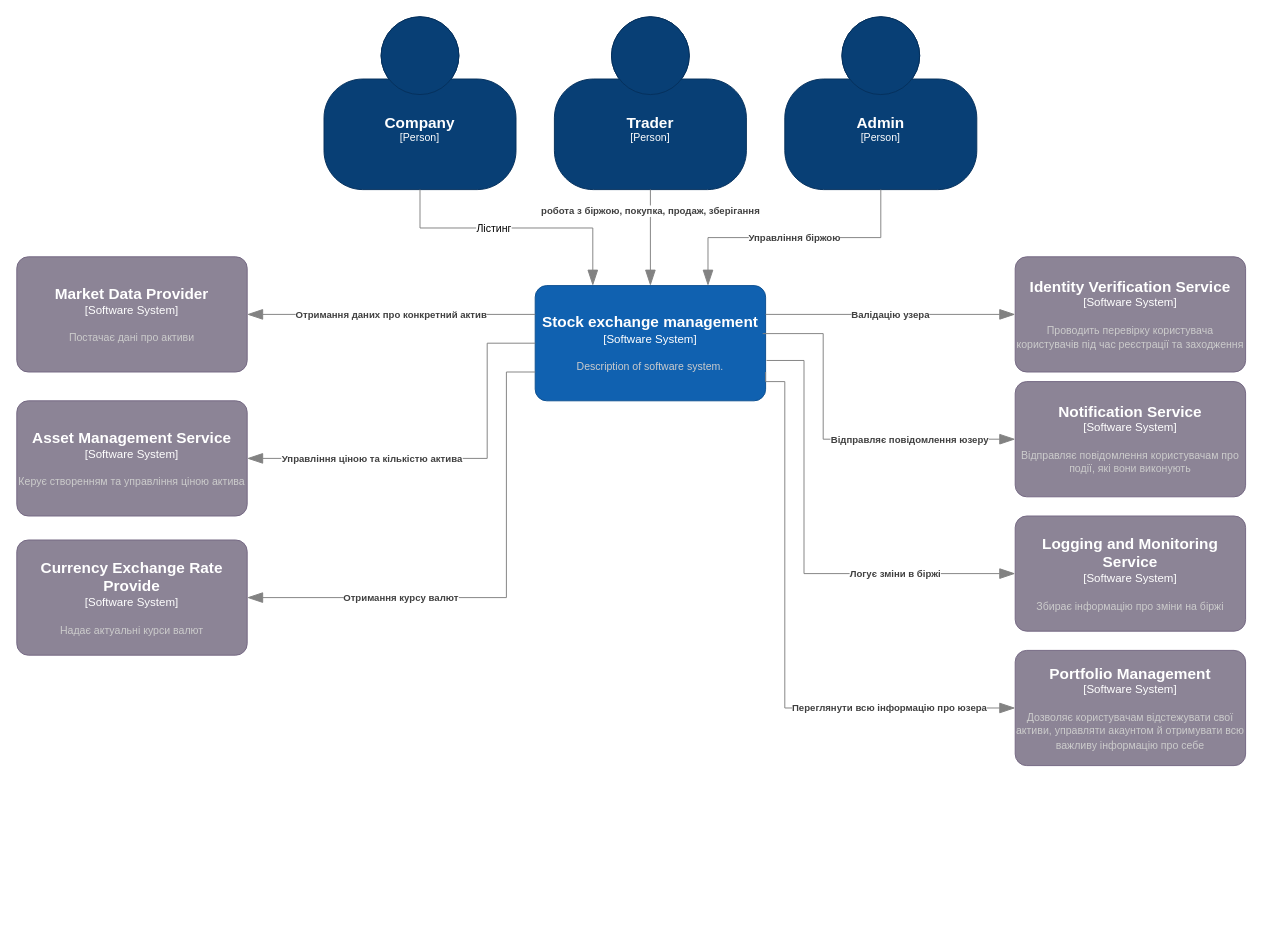
Above: context_stock_chart.drawio in GitHub-Cloud-PleskachSasha/auth-service (draw.io), before the change. Source tidied: cells renumbered, new cells numbered last; positions are measured from the earlier drawing's top-left corner, leaving out a move shared by most shapes. Both pictures are drawn from the tidied source at 96%, with x=0, y=0 at pixel (16, 16).
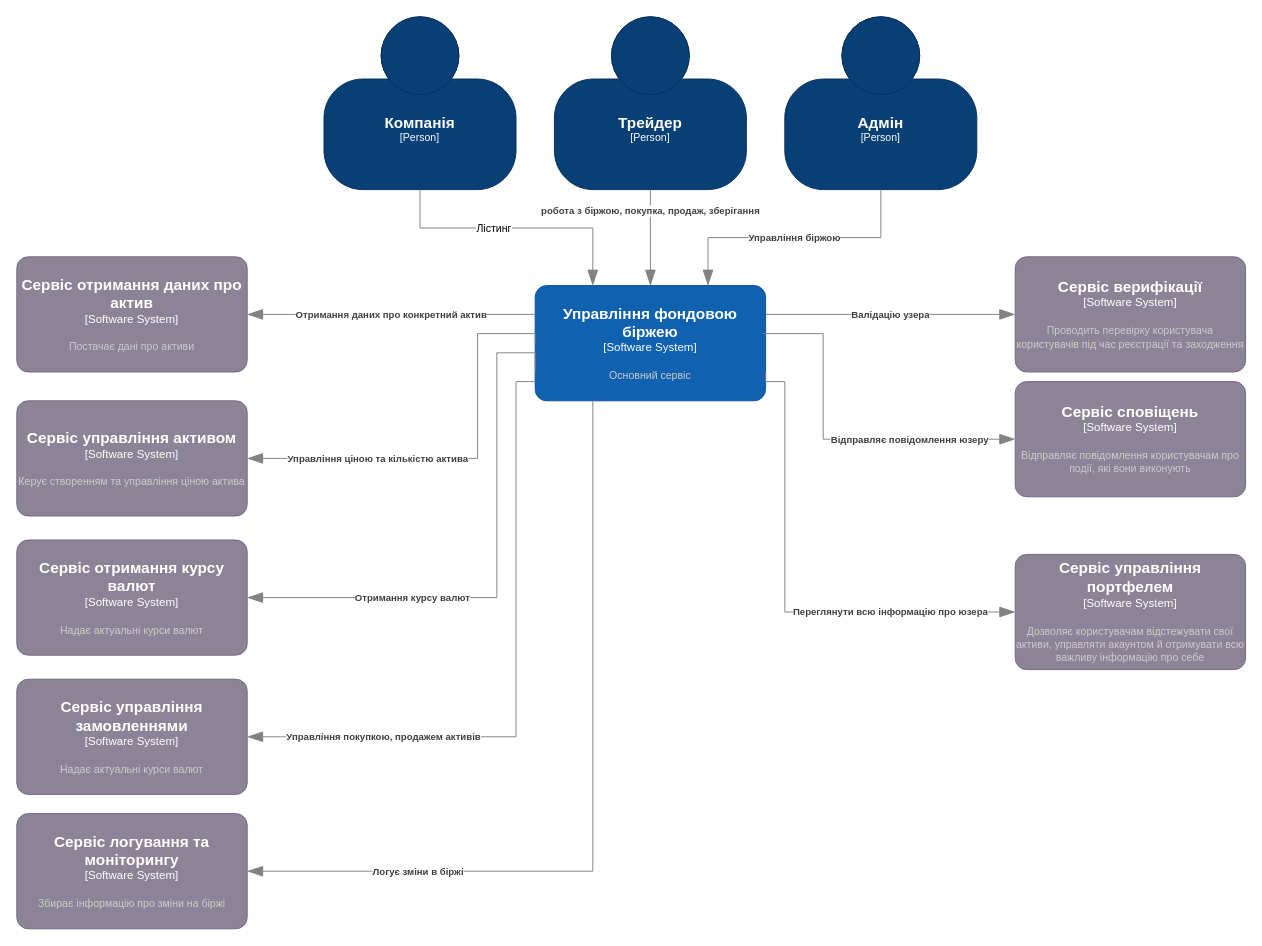
The same page after the edit.

Diff of the diagram source:
```diff
@@
-    <object id="2" label="&lt;font style=&quot;font-size: 16px&quot;&gt;&lt;b&gt;%c4Name%&lt;/b&gt;&lt;/font&gt;&lt;div&gt;[%c4Type%]&lt;/div&gt;&lt;br&gt;&lt;div&gt;&lt;font style=&quot;font-size: 11px&quot;&gt;&lt;font color=&quot;#cccccc&quot;&gt;%c4Description%&lt;/font&gt;&lt;/div&gt;" c4Description="" c4Name="Company " c4Type="Person" placeholders="1">
+    <object id="2" label="&lt;font style=&quot;font-size: 16px&quot;&gt;&lt;b&gt;%c4Name%&lt;/b&gt;&lt;/font&gt;&lt;div&gt;[%c4Type%]&lt;/div&gt;&lt;br&gt;&lt;div&gt;&lt;font style=&quot;font-size: 11px&quot;&gt;&lt;font color=&quot;#cccccc&quot;&gt;%c4Description%&lt;/font&gt;&lt;/div&gt;" c4Description="" c4Name="Компанія" c4Type="Person" placeholders="1">
       <mxCell style="html=1;fontSize=11;dashed=0;whiteSpace=wrap;fillColor=#083F75;strokeColor=#06315C;fontColor=#ffffff;shape=mxgraph.c4.person2;align=center;" parent="1" vertex="1">
         <mxGeometry x="320" width="200" height="180" as="geometry" />
       </mxCell>
     </object>
-    <object id="3" label="&lt;font style=&quot;font-size: 16px&quot;&gt;&lt;b&gt;%c4Name%&lt;/b&gt;&lt;/font&gt;&lt;div&gt;[%c4Type%]&lt;/div&gt;&lt;br&gt;&lt;div&gt;&lt;font style=&quot;font-size: 11px&quot;&gt;&lt;font color=&quot;#cccccc&quot;&gt;%c4Description%&lt;/font&gt;&lt;/div&gt;" c4Description="" c4Name="Trader" c4Type="Person" placeholders="1">
+    <object id="3" label="&lt;font style=&quot;font-size: 16px&quot;&gt;&lt;b&gt;%c4Name%&lt;/b&gt;&lt;/font&gt;&lt;div&gt;[%c4Type%]&lt;/div&gt;&lt;br&gt;&lt;div&gt;&lt;font style=&quot;font-size: 11px&quot;&gt;&lt;font color=&quot;#cccccc&quot;&gt;%c4Description%&lt;/font&gt;&lt;/div&gt;" c4Description="" c4Name="Трейдер" c4Type="Person" placeholders="1">
       <mxCell style="html=1;fontSize=11;dashed=0;whiteSpace=wrap;fillColor=#083F75;strokeColor=#06315C;fontColor=#ffffff;shape=mxgraph.c4.person2;align=center;points=[[0.5,0,0],[1,0.5,0],[1,0.75,0],[0.75,1,0],[0.5,1,0],[0.25,1,0],[0,0.75,0],[0,0.5,0]];" parent="1" vertex="1">
         <mxGeometry x="560" width="200" height="180" as="geometry" />
       </mxCell>
     </object>
-    <object id="4" label="&lt;font style=&quot;font-size: 16px&quot;&gt;&lt;b&gt;%c4Name%&lt;/b&gt;&lt;/font&gt;&lt;div&gt;[%c4Type%]&lt;/div&gt;&lt;br&gt;&lt;div&gt;&lt;font style=&quot;font-size: 11px&quot;&gt;&lt;font color=&quot;#cccccc&quot;&gt;%c4Description%&lt;/font&gt;&lt;/div&gt;" c4Description="" c4Name="Admin" c4Type="Person" placeholders="1">
+    <object id="4" label="&lt;font style=&quot;font-size: 16px&quot;&gt;&lt;b&gt;%c4Name%&lt;/b&gt;&lt;/font&gt;&lt;div&gt;[%c4Type%]&lt;/div&gt;&lt;br&gt;&lt;div&gt;&lt;font style=&quot;font-size: 11px&quot;&gt;&lt;font color=&quot;#cccccc&quot;&gt;%c4Description%&lt;/font&gt;&lt;/div&gt;" c4Description="" c4Name="Адмін" c4Type="Person" placeholders="1">
       <mxCell style="html=1;fontSize=11;dashed=0;whiteSpace=wrap;fillColor=#083F75;strokeColor=#06315C;fontColor=#ffffff;shape=mxgraph.c4.person2;align=center;points=[[0.5,0,0],[1,0.5,0],[1,0.75,0],[0.75,1,0],[0.5,1,0],[0.25,1,0],[0,0.75,0],[0,0.5,0]];" parent="1" vertex="1">
         <mxGeometry x="800" width="200" height="180" as="geometry" />
       </mxCell>
     </object>
-    <object id="5" label="&lt;font style=&quot;font-size: 16px&quot;&gt;&lt;b&gt;%c4Name%&lt;/b&gt;&lt;/font&gt;&lt;div&gt;[%c4Type%]&lt;/div&gt;&lt;br&gt;&lt;div&gt;&lt;font style=&quot;font-size: 11px&quot;&gt;&lt;font color=&quot;#cccccc&quot;&gt;%c4Description%&lt;/font&gt;&lt;/div&gt;" c4Description="Description of software system." c4Name="Stock exchange management" c4Type="Software System" placeholders="1">
+    <object id="5" label="&lt;font style=&quot;font-size: 16px&quot;&gt;&lt;b&gt;%c4Name%&lt;/b&gt;&lt;/font&gt;&lt;div&gt;[%c4Type%]&lt;/div&gt;&lt;br&gt;&lt;div&gt;&lt;font style=&quot;font-size: 11px&quot;&gt;&lt;font color=&quot;#cccccc&quot;&gt;%c4Description%&lt;/font&gt;&lt;/div&gt;" c4Description="Основний сервіс" c4Name="Управління фондовою біржею" c4Type="Software System" placeholders="1">
       <mxCell style="rounded=1;whiteSpace=wrap;html=1;labelBackgroundColor=none;fillColor=#1061B0;fontColor=#ffffff;align=center;arcSize=10;strokeColor=#0D5091;points=[[0.25,0,0],[0.5,0,0],[0.75,0,0],[1,0.25,0],[1,0.5,0],[1,0.75,0],[0.75,1,0],[0.5,1,0],[0.25,1,0],[0,0.75,0],[0,0.5,0],[0,0.25,0]];" parent="1" vertex="1">
         <mxGeometry x="540" y="280" width="240" height="120" as="geometry" />
       </mxCell>
     </object>
@@
-    <object id="10" label="&lt;font style=&quot;font-size: 16px&quot;&gt;&lt;b&gt;%c4Name%&lt;/b&gt;&lt;/font&gt;&lt;div&gt;[%c4Type%]&lt;/div&gt;&lt;br&gt;&lt;div&gt;&lt;font style=&quot;font-size: 11px&quot;&gt;&lt;font color=&quot;#cccccc&quot;&gt;%c4Description%&lt;/font&gt;&lt;/div&gt;" c4Description="Постачає дані про активи" c4Name="Market Data Provider" c4Type="Software System" placeholders="1">
+    <object id="10" label="&lt;font style=&quot;font-size: 16px&quot;&gt;&lt;b&gt;%c4Name%&lt;/b&gt;&lt;/font&gt;&lt;div&gt;[%c4Type%]&lt;/div&gt;&lt;br&gt;&lt;div&gt;&lt;font style=&quot;font-size: 11px&quot;&gt;&lt;font color=&quot;#cccccc&quot;&gt;%c4Description%&lt;/font&gt;&lt;/div&gt;" c4Description="Постачає дані про активи" c4Name="Сервіс отримання даних про актив" c4Type="Software System" placeholders="1">
       <mxCell style="rounded=1;whiteSpace=wrap;html=1;labelBackgroundColor=none;fillColor=#8C8496;fontColor=#ffffff;align=center;arcSize=10;strokeColor=#736782;points=[[0.25,0,0],[0.5,0,0],[0.75,0,0],[1,0.25,0],[1,0.5,0],[1,0.75,0],[0.75,1,0],[0.5,1,0],[0.25,1,0],[0,0.75,0],[0,0.5,0],[0,0.25,0]];" parent="1" vertex="1">
         <mxGeometry y="250" width="240" height="120" as="geometry" />
       </mxCell>
     </object>
-    <object id="11" label="&lt;font style=&quot;font-size: 16px&quot;&gt;&lt;b&gt;%c4Name%&lt;/b&gt;&lt;/font&gt;&lt;div&gt;[%c4Type%]&lt;/div&gt;&lt;br&gt;&lt;div&gt;&lt;font style=&quot;font-size: 11px&quot;&gt;&lt;font color=&quot;#cccccc&quot;&gt;%c4Description%&lt;/font&gt;&lt;/div&gt;" c4Description="Проводить перевірку користувача користувачів під час реєстрації та заходження " c4Name="Identity Verification Service" c4Type="Software System" placeholders="1">
+    <object id="11" label="&lt;font style=&quot;font-size: 16px&quot;&gt;&lt;b&gt;%c4Name%&lt;/b&gt;&lt;/font&gt;&lt;div&gt;[%c4Type%]&lt;/div&gt;&lt;br&gt;&lt;div&gt;&lt;font style=&quot;font-size: 11px&quot;&gt;&lt;font color=&quot;#cccccc&quot;&gt;%c4Description%&lt;/font&gt;&lt;/div&gt;" c4Description="Проводить перевірку користувача користувачів під час реєстрації та заходження " c4Name="Сервіс верифікації" c4Type="Software System" placeholders="1">
       <mxCell style="rounded=1;whiteSpace=wrap;html=1;labelBackgroundColor=none;fillColor=#8C8496;fontColor=#ffffff;align=center;arcSize=10;strokeColor=#736782;points=[[0.25,0,0],[0.5,0,0],[0.75,0,0],[1,0.25,0],[1,0.5,0],[1,0.75,0],[0.75,1,0],[0.5,1,0],[0.25,1,0],[0,0.75,0],[0,0.5,0],[0,0.25,0]];" parent="1" vertex="1">
         <mxGeometry x="1040" y="250" width="240" height="120" as="geometry" />
       </mxCell>
     </object>
-    <object id="12" label="&lt;font style=&quot;font-size: 16px&quot;&gt;&lt;b&gt;%c4Name%&lt;/b&gt;&lt;/font&gt;&lt;div&gt;[%c4Type%]&lt;/div&gt;&lt;br&gt;&lt;div&gt;&lt;font style=&quot;font-size: 11px&quot;&gt;&lt;font color=&quot;#cccccc&quot;&gt;%c4Description%&lt;/font&gt;&lt;/div&gt;" c4Description="Збирає інформацію про зміни на біржі&#10; " c4Name="Logging and Monitoring Service" c4Type="Software System" placeholders="1">
+    <object id="12" label="&lt;font style=&quot;font-size: 16px&quot;&gt;&lt;b&gt;%c4Name%&lt;/b&gt;&lt;/font&gt;&lt;div&gt;[%c4Type%]&lt;/div&gt;&lt;br&gt;&lt;div&gt;&lt;font style=&quot;font-size: 11px&quot;&gt;&lt;font color=&quot;#cccccc&quot;&gt;%c4Description%&lt;/font&gt;&lt;/div&gt;" c4Description="Збирає інформацію про зміни на біржі&#10; " c4Name="Сервіс логування та моніторингу" c4Type="Software System" placeholders="1">
       <mxCell style="rounded=1;whiteSpace=wrap;html=1;labelBackgroundColor=none;fillColor=#8C8496;fontColor=#ffffff;align=center;arcSize=10;strokeColor=#736782;points=[[0.25,0,0],[0.5,0,0],[0.75,0,0],[1,0.25,0],[1,0.5,0],[1,0.75,0],[0.75,1,0],[0.5,1,0],[0.25,1,0],[0,0.75,0],[0,0.5,0],[0,0.25,0]];" parent="1" vertex="1">
-        <mxGeometry x="1040" y="520" width="240" height="120" as="geometry" />
+        <mxGeometry y="830" width="240" height="120" as="geometry" />
       </mxCell>
     </object>
-    <object id="13" label="&lt;font style=&quot;font-size: 16px&quot;&gt;&lt;b&gt;%c4Name%&lt;/b&gt;&lt;/font&gt;&lt;div&gt;[%c4Type%]&lt;/div&gt;&lt;br&gt;&lt;div&gt;&lt;font style=&quot;font-size: 11px&quot;&gt;&lt;font color=&quot;#cccccc&quot;&gt;%c4Description%&lt;/font&gt;&lt;/div&gt;" c4Description="Надає актуальні курси валют" c4Name="Currency Exchange Rate Provide" c4Type="Software System" placeholders="1">
+    <object id="13" label="&lt;font style=&quot;font-size: 16px&quot;&gt;&lt;b&gt;%c4Name%&lt;/b&gt;&lt;/font&gt;&lt;div&gt;[%c4Type%]&lt;/div&gt;&lt;br&gt;&lt;div&gt;&lt;font style=&quot;font-size: 11px&quot;&gt;&lt;font color=&quot;#cccccc&quot;&gt;%c4Description%&lt;/font&gt;&lt;/div&gt;" c4Description="Надає актуальні курси валют" c4Name="Сервіс отримання курсу валют" c4Type="Software System" placeholders="1">
       <mxCell style="rounded=1;whiteSpace=wrap;html=1;labelBackgroundColor=none;fillColor=#8C8496;fontColor=#ffffff;align=center;arcSize=10;strokeColor=#736782;points=[[0.25,0,0],[0.5,0,0],[0.75,0,0],[1,0.25,0],[1,0.5,0],[1,0.75,0],[0.75,1,0],[0.5,1,0],[0.25,1,0],[0,0.75,0],[0,0.5,0],[0,0.25,0]];" parent="1" vertex="1">
         <mxGeometry y="545" width="240" height="120" as="geometry" />
       </mxCell>
     </object>
-    <object id="14" label="&lt;font style=&quot;font-size: 16px&quot;&gt;&lt;b&gt;%c4Name%&lt;/b&gt;&lt;/font&gt;&lt;div&gt;[%c4Type%]&lt;/div&gt;&lt;br&gt;&lt;div&gt;&lt;font style=&quot;font-size: 11px&quot;&gt;&lt;font color=&quot;#cccccc&quot;&gt;%c4Description%&lt;/font&gt;&lt;/div&gt;" c4Description="Керує створенням та управління ціною актива" c4Name="Asset Management Service" c4Type="Software System" placeholders="1">
+    <object id="14" label="&lt;font style=&quot;font-size: 16px&quot;&gt;&lt;b&gt;%c4Name%&lt;/b&gt;&lt;/font&gt;&lt;div&gt;[%c4Type%]&lt;/div&gt;&lt;br&gt;&lt;div&gt;&lt;font style=&quot;font-size: 11px&quot;&gt;&lt;font color=&quot;#cccccc&quot;&gt;%c4Description%&lt;/font&gt;&lt;/div&gt;" c4Description="Керує створенням та управління ціною актива" c4Name="Сервіс управління активом" c4Type="Software System" placeholders="1">
       <mxCell style="rounded=1;whiteSpace=wrap;html=1;labelBackgroundColor=none;fillColor=#8C8496;fontColor=#ffffff;align=center;arcSize=10;strokeColor=#736782;points=[[0.25,0,0],[0.5,0,0],[0.75,0,0],[1,0.25,0],[1,0.5,0],[1,0.75,0],[0.75,1,0],[0.5,1,0],[0.25,1,0],[0,0.75,0],[0,0.5,0],[0,0.25,0]];" parent="1" vertex="1">
         <mxGeometry y="400" width="240" height="120" as="geometry" />
       </mxCell>
     </object>
-    <object id="15" label="&lt;font style=&quot;font-size: 16px&quot;&gt;&lt;b&gt;%c4Name%&lt;/b&gt;&lt;/font&gt;&lt;div&gt;[%c4Type%]&lt;/div&gt;&lt;br&gt;&lt;div&gt;&lt;font style=&quot;font-size: 11px&quot;&gt;&lt;font color=&quot;#cccccc&quot;&gt;%c4Description%&lt;/font&gt;&lt;/div&gt;" c4Description=" Дозволяє користувачам відстежувати свої активи, управляти акаунтом й отримувати всю важливу інформацію про себе" c4Name="Portfolio Management " c4Type="Software System" placeholders="1">
+    <object id="15" label="&lt;font style=&quot;font-size: 16px&quot;&gt;&lt;b&gt;%c4Name%&lt;/b&gt;&lt;/font&gt;&lt;div&gt;[%c4Type%]&lt;/div&gt;&lt;br&gt;&lt;div&gt;&lt;font style=&quot;font-size: 11px&quot;&gt;&lt;font color=&quot;#cccccc&quot;&gt;%c4Description%&lt;/font&gt;&lt;/div&gt;" c4Description=" Дозволяє користувачам відстежувати свої активи, управляти акаунтом й отримувати всю важливу інформацію про себе" c4Name="Сервіс управління портфелем" c4Type="Software System" placeholders="1">
       <mxCell style="rounded=1;whiteSpace=wrap;html=1;labelBackgroundColor=none;fillColor=#8C8496;fontColor=#ffffff;align=center;arcSize=10;strokeColor=#736782;points=[[0.25,0,0],[0.5,0,0],[0.75,0,0],[1,0.25,0],[1,0.5,0],[1,0.75,0],[0.75,1,0],[0.5,1,0],[0.25,1,0],[0,0.75,0],[0,0.5,0],[0,0.25,0]];" parent="1" vertex="1">
-        <mxGeometry x="1040" y="660" width="240" height="120" as="geometry" />
+        <mxGeometry x="1040" y="560" width="240" height="120" as="geometry" />
       </mxCell>
     </object>
@@
     <object id="17" label="&lt;div style=&quot;text-align: left&quot;&gt;&lt;div style=&quot;text-align: center&quot;&gt;&lt;b&gt;%c4Description%&lt;/b&gt;&lt;/div&gt;" c4Description="Отримання курсу валют" placeholders="1">
       <mxCell style="endArrow=blockThin;html=1;fontSize=10;fontColor=#404040;strokeWidth=1;endFill=1;strokeColor=#828282;elbow=vertical;endSize=14;startSize=14;jumpStyle=arc;jumpSize=16;rounded=0;edgeStyle=orthogonalEdgeStyle;exitX=0;exitY=0.75;exitDx=0;exitDy=0;exitPerimeter=0;entryX=1;entryY=0.5;entryDx=0;entryDy=0;entryPerimeter=0;" parent="1" edge="1" source="5" target="13">
         <mxGeometry x="0.4" relative="1" as="geometry">
           <Array as="points">
-            <mxPoint x="510" y="370" />
-            <mxPoint x="510" y="605" />
+            <mxPoint x="540" y="350" />
+            <mxPoint x="500" y="350" />
+            <mxPoint x="500" y="605" />
           </Array>
         </mxGeometry>
       </mxCell>
     </object>
     <object id="18" label="&lt;div style=&quot;text-align: left&quot;&gt;&lt;div style=&quot;text-align: center&quot;&gt;&lt;b&gt;%c4Description%&lt;/b&gt;&lt;/div&gt;" c4Description="Управління ціною та кількістю актива" placeholders="1">
       <mxCell style="endArrow=blockThin;html=1;fontSize=10;fontColor=#404040;strokeWidth=1;endFill=1;strokeColor=#828282;elbow=vertical;endSize=14;startSize=14;jumpStyle=arc;jumpSize=16;rounded=0;edgeStyle=orthogonalEdgeStyle;entryX=1;entryY=0.5;entryDx=0;entryDy=0;entryPerimeter=0;exitX=0;exitY=0.5;exitDx=0;exitDy=0;exitPerimeter=0;" parent="1" edge="1" source="5" target="14">
         <mxGeometry x="0.38" relative="1" as="geometry">
           <Array as="points">
-            <mxPoint x="490" y="340" />
-            <mxPoint x="490" y="460" />
+            <mxPoint x="540" y="330" />
+            <mxPoint x="480" y="330" />
+            <mxPoint x="480" y="460" />
           </Array>
         </mxGeometry>
       </mxCell>
     </object>
@@
     <object id="20" label="&lt;div style=&quot;text-align: left&quot;&gt;&lt;div style=&quot;text-align: center&quot;&gt;&lt;b&gt;%c4Description%&lt;/b&gt;&lt;/div&gt;" c4Description="Логує зміни в біржі" placeholders="1">
-      <mxCell style="endArrow=blockThin;html=1;fontSize=10;fontColor=#404040;strokeWidth=1;endFill=1;strokeColor=#828282;elbow=vertical;endSize=14;startSize=14;jumpStyle=arc;jumpSize=16;rounded=0;edgeStyle=orthogonalEdgeStyle;entryX=0;entryY=0.5;entryDx=0;entryDy=0;entryPerimeter=0;exitX=1.004;exitY=0.65;exitDx=0;exitDy=0;exitPerimeter=0;" parent="1" edge="1" source="5" target="12">
-        <mxGeometry x="0.48" relative="1" as="geometry">
+      <mxCell style="endArrow=blockThin;html=1;fontSize=10;fontColor=#404040;strokeWidth=1;endFill=1;strokeColor=#828282;elbow=vertical;endSize=14;startSize=14;jumpStyle=arc;jumpSize=16;rounded=0;edgeStyle=orthogonalEdgeStyle;exitX=0.25;exitY=1;exitDx=0;exitDy=0;exitPerimeter=0;" parent="1" edge="1" source="5">
+        <mxGeometry x="0.58" relative="1" as="geometry">
+          <mxPoint x="240" y="890" as="targetPoint" />
           <Array as="points">
-            <mxPoint x="820" y="358" />
-            <mxPoint x="820" y="580" />
+            <mxPoint x="600" y="890" />
+            <mxPoint x="244" y="890" />
           </Array>
         </mxGeometry>
       </mxCell>
     </object>
@@
     <object id="22" label="&lt;div style=&quot;text-align: left&quot;&gt;&lt;div style=&quot;text-align: center&quot;&gt;&lt;b&gt;%c4Description%&lt;/b&gt;&lt;/div&gt;" c4Description="Переглянути всю інформацію про юзера" placeholders="1">
       <mxCell style="endArrow=blockThin;html=1;fontSize=10;fontColor=#404040;strokeWidth=1;endFill=1;strokeColor=#828282;elbow=vertical;endSize=14;startSize=14;jumpStyle=arc;jumpSize=16;rounded=0;edgeStyle=orthogonalEdgeStyle;entryX=0;entryY=0.5;entryDx=0;entryDy=0;entryPerimeter=0;exitX=1;exitY=0.75;exitDx=0;exitDy=0;exitPerimeter=0;" parent="1" edge="1" source="5" target="15">
-        <mxGeometry x="0.57" relative="1" as="geometry">
+        <mxGeometry x="0.49" relative="1" as="geometry">
           <Array as="points">
             <mxPoint x="780" y="380" />
             <mxPoint x="800" y="380" />
-            <mxPoint x="800" y="720" />
+            <mxPoint x="800" y="620" />
           </Array>
         </mxGeometry>
       </mxCell>
     </object>
-    <object id="23" label="&lt;font style=&quot;font-size: 16px&quot;&gt;&lt;b&gt;%c4Name%&lt;/b&gt;&lt;/font&gt;&lt;div&gt;[%c4Type%]&lt;/div&gt;&lt;br&gt;&lt;div&gt;&lt;font style=&quot;font-size: 11px&quot;&gt;&lt;font color=&quot;#cccccc&quot;&gt;%c4Description%&lt;/font&gt;&lt;/div&gt;" c4Description=" Відправляє повідомлення користувачам про події, які вони виконують" c4Name="Notification Service " c4Type="Software System" placeholders="1">
+    <object id="23" label="&lt;font style=&quot;font-size: 16px&quot;&gt;&lt;b&gt;%c4Name%&lt;/b&gt;&lt;/font&gt;&lt;div&gt;[%c4Type%]&lt;/div&gt;&lt;br&gt;&lt;div&gt;&lt;font style=&quot;font-size: 11px&quot;&gt;&lt;font color=&quot;#cccccc&quot;&gt;%c4Description%&lt;/font&gt;&lt;/div&gt;" c4Description=" Відправляє повідомлення користувачам про події, які вони виконують" c4Name="Сервіс сповіщень" c4Type="Software System" placeholders="1">
       <mxCell style="rounded=1;whiteSpace=wrap;html=1;labelBackgroundColor=none;fillColor=#8C8496;fontColor=#ffffff;align=center;arcSize=10;strokeColor=#736782;points=[[0.25,0,0],[0.5,0,0],[0.75,0,0],[1,0.25,0],[1,0.5,0],[1,0.75,0],[0.75,1,0],[0.5,1,0],[0.25,1,0],[0,0.75,0],[0,0.5,0],[0,0.25,0]];" parent="1" vertex="1">
         <mxGeometry x="1040" y="380" width="240" height="120" as="geometry" />
       </mxCell>
     </object>
+    <object id="24" label="&lt;font style=&quot;font-size: 16px&quot;&gt;&lt;b&gt;%c4Name%&lt;/b&gt;&lt;/font&gt;&lt;div&gt;[%c4Type%]&lt;/div&gt;&lt;br&gt;&lt;div&gt;&lt;font style=&quot;font-size: 11px&quot;&gt;&lt;font color=&quot;#cccccc&quot;&gt;%c4Description%&lt;/font&gt;&lt;/div&gt;" c4Description="Надає актуальні курси валют" c4Name="Сервіс управління замовленнями" c4Type="Software System" placeholders="1">
+      <mxCell style="rounded=1;whiteSpace=wrap;html=1;labelBackgroundColor=none;fillColor=#8C8496;fontColor=#ffffff;align=center;arcSize=10;strokeColor=#736782;points=[[0.25,0,0],[0.5,0,0],[0.75,0,0],[1,0.25,0],[1,0.5,0],[1,0.75,0],[0.75,1,0],[0.5,1,0],[0.25,1,0],[0,0.75,0],[0,0.5,0],[0,0.25,0]];" parent="1" vertex="1">
+        <mxGeometry y="690" width="240" height="120" as="geometry" />
+      </mxCell>
+    </object>
+    <object id="25" label="&lt;div style=&quot;text-align: left&quot;&gt;&lt;div style=&quot;text-align: center&quot;&gt;&lt;b&gt;%c4Description%&lt;/b&gt;&lt;/div&gt;" c4Description="Управління покупкою, продажем активів" placeholders="1">
+      <mxCell style="endArrow=blockThin;html=1;fontSize=10;fontColor=#404040;strokeWidth=1;endFill=1;strokeColor=#828282;elbow=vertical;endSize=14;startSize=14;jumpStyle=arc;jumpSize=16;rounded=0;edgeStyle=orthogonalEdgeStyle;entryX=1;entryY=0.5;entryDx=0;entryDy=0;entryPerimeter=0;" parent="1" edge="1" target="24">
+        <mxGeometry x="0.58" relative="1" as="geometry">
+          <mxPoint x="540" y="380" as="sourcePoint" />
+          <Array as="points">
+            <mxPoint x="520" y="380" />
+            <mxPoint x="520" y="750" />
+          </Array>
+          <mxPoint x="1" as="offset" />
+        </mxGeometry>
+      </mxCell>
+    </object>
```
